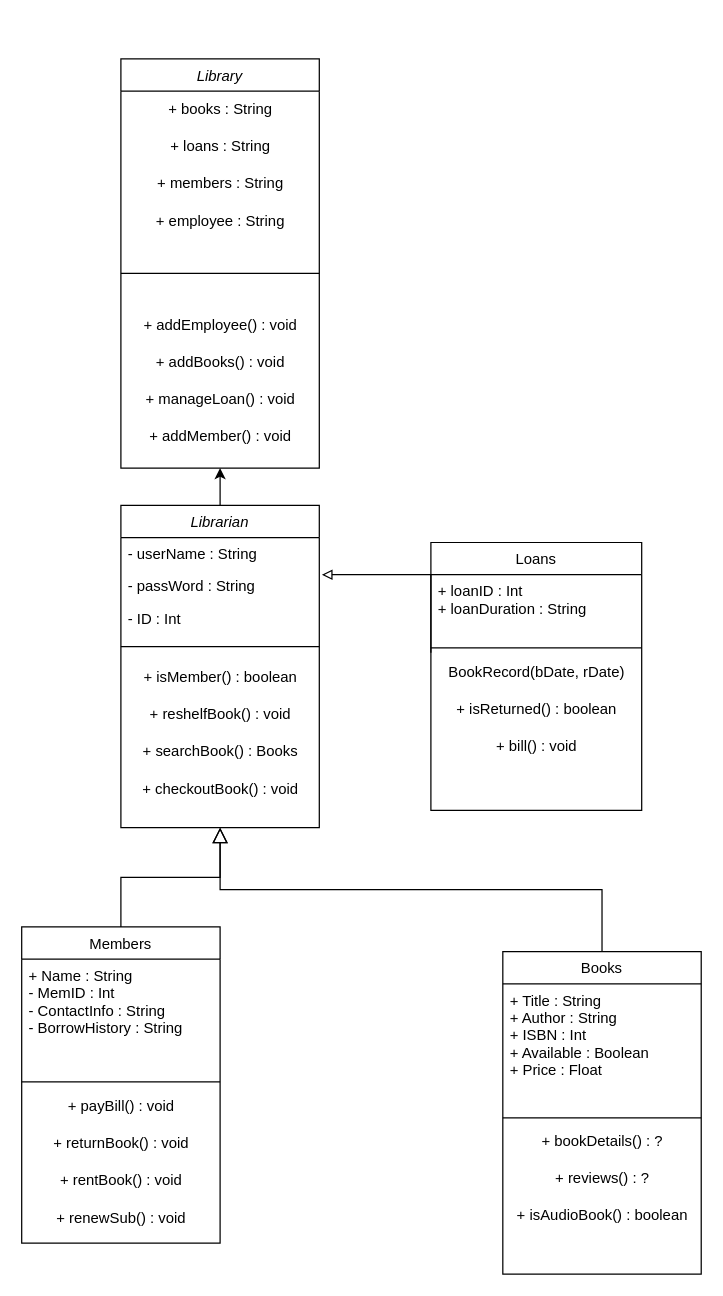
Earlier version of the draw.io diagram Untitled Diagram.drawio (Twpendleton/ClassUMLDiagram). Source tidied: cells renumbered, new cells numbered last; positions are measured from the earlier drawing's top-left corner, leaving out a move shared by most shapes. Both pictures are drawn from the tidied source at 124%, with x=0, y=0 at pixel (21, 58).
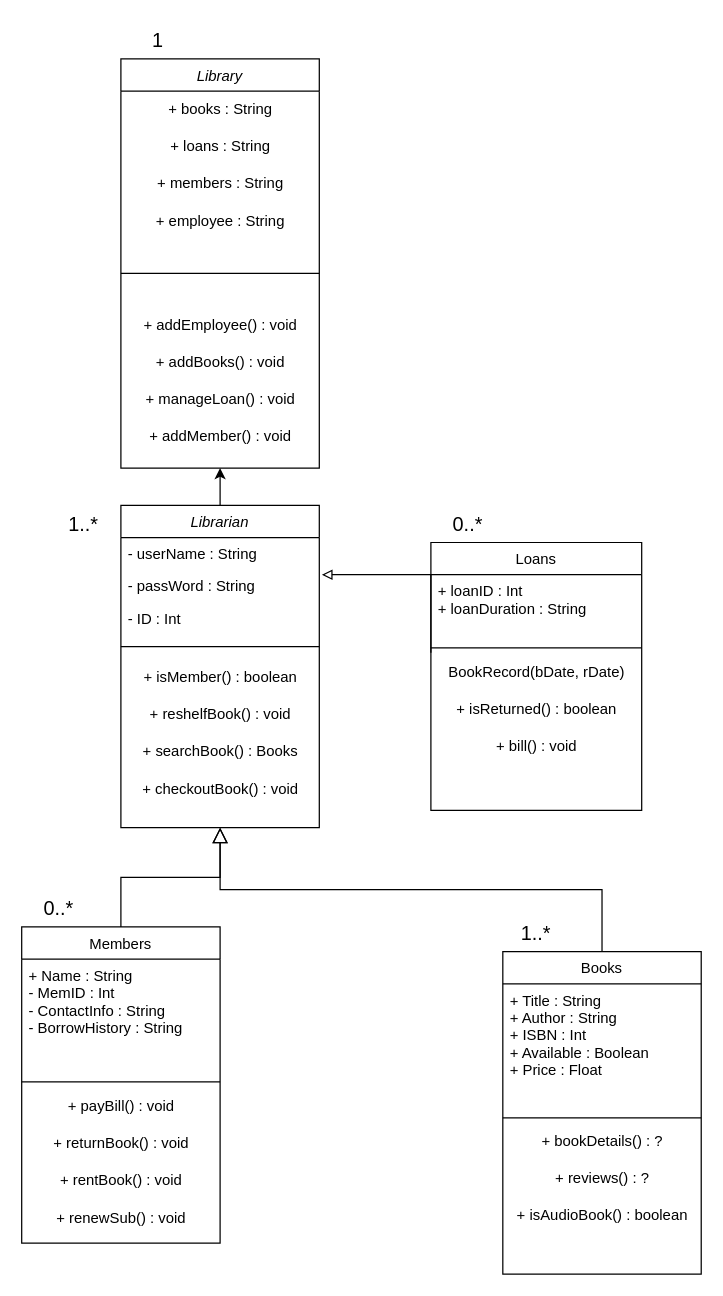
The same diagram, later.

Commit message:
Add multiplicity indicators

What changed in the source:
```diff
@@
+    <mxCell id="44" value="1..*" style="text;strokeColor=none;fillColor=none;html=1;align=center;verticalAlign=middle;whiteSpace=wrap;rounded=0;fontSize=16;" parent="1" vertex="1">
+      <mxGeometry x="385" y="690" width="60" height="30" as="geometry" />
+    </mxCell>
+    <mxCell id="45" value="0..*" style="text;strokeColor=none;fillColor=none;html=1;align=center;verticalAlign=middle;whiteSpace=wrap;rounded=0;fontSize=16;" parent="1" vertex="1">
+      <mxGeometry y="670" width="60" height="30" as="geometry" />
+    </mxCell>
+    <mxCell id="46" value="0..*" style="text;strokeColor=none;fillColor=none;html=1;align=center;verticalAlign=middle;whiteSpace=wrap;rounded=0;fontSize=16;" parent="1" vertex="1">
+      <mxGeometry x="330" y="360" width="60" height="30" as="geometry" />
+    </mxCell>
+    <mxCell id="47" value="1..*" style="text;strokeColor=none;fillColor=none;html=1;align=center;verticalAlign=middle;whiteSpace=wrap;rounded=0;fontSize=16;" parent="1" vertex="1">
+      <mxGeometry x="20" y="360" width="60" height="30" as="geometry" />
+    </mxCell>
+    <mxCell id="48" value="1" style="text;strokeColor=none;fillColor=none;html=1;align=center;verticalAlign=middle;whiteSpace=wrap;rounded=0;fontSize=16;" parent="1" vertex="1">
+      <mxGeometry x="80" y="-30" width="60" height="30" as="geometry" />
+    </mxCell>
```
